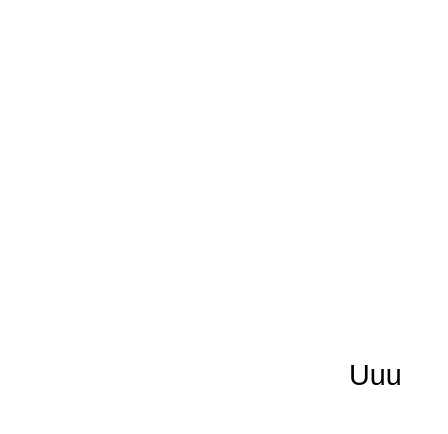
Earlier version of the draw.io diagram Untitled Diagram.drawio (qusaibaker0com/My-Study-Notes). Source tidied: cells renumbered, new cells numbered last; positions are measured from the earlier drawing's top-left corner, leaving out a move shared by most shapes. Both pictures are drawn from the tidied source at 180%, with x=0, y=0 at pixel (333, 347).
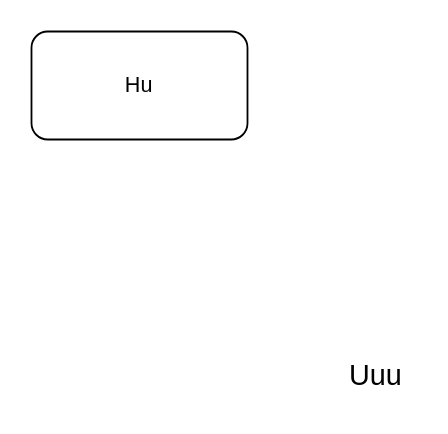
After the change.

The edit, as a diff of the source:
```diff
@@
 <mxGraphModel>
   <root>
     <mxCell id="0" />
     <mxCell id="1" parent="0" />
     <mxCell id="2" value="Uuu" style="text;html=1;align=center;verticalAlign=middle;strokeColor=none;fillColor=none;fontSize=16;" parent="1" vertex="1">
       <mxGeometry y="-0.5" width="46" height="31" as="geometry" />
     </mxCell>
+    <mxCell id="3" value="Hu" style="rounded=1;whiteSpace=wrap;html=1;" parent="1" vertex="1">
+      <mxGeometry x="-168" y="-176" width="120" height="60" as="geometry" />
+    </mxCell>
   </root>
 </mxGraphModel>
```
